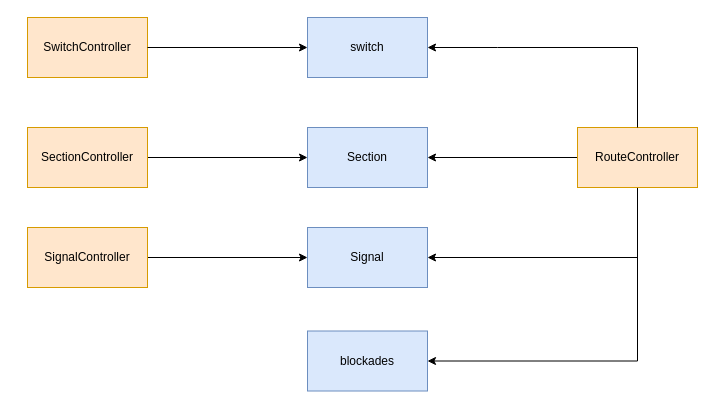
oskarrrrvk/EFD keeps this draw.io diagram as modelado/MapaDeProcesos/EFD.drawio. Above is the earlier version. Source tidied: cells renumbered, new cells numbered last; positions are measured from the earlier drawing's top-left corner, leaving out a move shared by most shapes. Both pictures are drawn from the tidied source at 100%, with x=0, y=0 at pixel (27, 17).
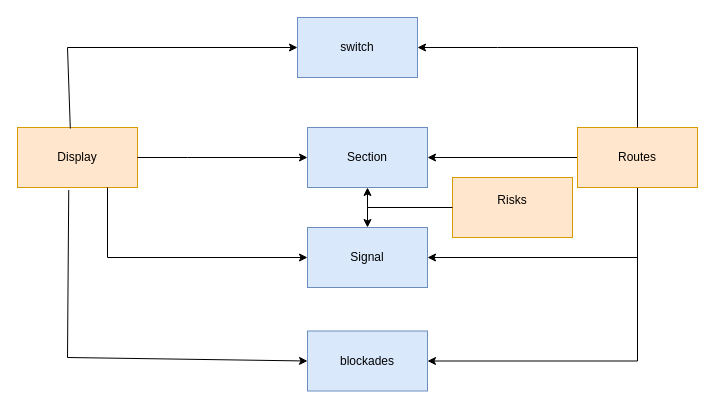
The same page after the edit.

Unchanged cells that the change refers to:
```xml
<mxCell id="3" value="Section" style="rounded=0;whiteSpace=wrap;html=1;fillColor=#dae8fc;strokeColor=#6c8ebf;" parent="1" vertex="1">
  <mxGeometry x="280" y="110" width="120" height="60" as="geometry" />
</mxCell>
<mxCell id="6" value="blockades" style="rounded=0;whiteSpace=wrap;html=1;fillColor=#dae8fc;strokeColor=#6c8ebf;" parent="1" vertex="1">
  <mxGeometry x="280" y="313.5" width="120" height="60" as="geometry" />
</mxCell>
<mxCell id="8" value="Signal" style="rounded=0;whiteSpace=wrap;html=1;fillColor=#dae8fc;strokeColor=#6c8ebf;" parent="1" vertex="1">
  <mxGeometry x="280" y="210" width="120" height="60" as="geometry" />
</mxCell>
```

Change to the diagram source:
```diff
@@
     <mxCell id="2" value="switch" style="rounded=0;whiteSpace=wrap;html=1;fillColor=#dae8fc;strokeColor=#6c8ebf;" parent="1" vertex="1">
-      <mxGeometry x="280" width="120" height="60" as="geometry" />
+      <mxGeometry x="270" width="120" height="60" as="geometry" />
     </mxCell>
@@
-    <mxCell id="4" style="edgeStyle=orthogonalEdgeStyle;rounded=0;jettySize=auto;html=1;exitX=1;exitY=0.5;exitDx=0;exitDy=0;entryX=0;entryY=0.5;entryDx=0;entryDy=0;" parent="1" edge="1" source="5" target="3">
-      <mxGeometry relative="1" as="geometry" />
-    </mxCell>
-    <mxCell id="5" value="SectionController" style="rounded=0;whiteSpace=wrap;html=1;fillColor=#ffe6cc;strokeColor=#d79b00;" parent="1" vertex="1">
-      <mxGeometry y="110" width="120" height="60" as="geometry" />
-    </mxCell>
@@
-    <mxCell id="7" value="SwitchController" style="rounded=0;whiteSpace=wrap;html=1;fillColor=#ffe6cc;strokeColor=#d79b00;" parent="1" vertex="1">
-      <mxGeometry width="120" height="60" as="geometry" />
-    </mxCell>
@@
-    <mxCell id="9" style="edgeStyle=orthogonalEdgeStyle;rounded=0;jettySize=auto;html=1;exitX=1;exitY=0.5;exitDx=0;exitDy=0;entryX=0;entryY=0.5;entryDx=0;entryDy=0;" parent="1" edge="1" source="10" target="8">
-      <mxGeometry relative="1" as="geometry" />
-    </mxCell>
-    <mxCell id="10" value="SignalController" style="rounded=0;whiteSpace=wrap;html=1;fillColor=#ffe6cc;strokeColor=#d79b00;" parent="1" vertex="1">
-      <mxGeometry y="210" width="120" height="60" as="geometry" />
-    </mxCell>
@@
-    <mxCell id="14" value="RouteController" style="rounded=0;whiteSpace=wrap;html=1;fillColor=#ffe6cc;strokeColor=#d79b00;" parent="1" vertex="1">
+    <mxCell id="14" value="Routes" style="rounded=0;whiteSpace=wrap;html=1;fillColor=#ffe6cc;strokeColor=#d79b00;" parent="1" vertex="1">
       <mxGeometry x="550" y="110" width="120" height="60" as="geometry" />
     </mxCell>
-    <mxCell id="15" style="endArrow=classic;html=1;rounded=0;entryX=0;entryY=0.5;entryDx=0;entryDy=0;" parent="1" edge="1" target="2">
-      <mxGeometry relative="1" as="geometry">
-        <mxPoint x="120" y="30" as="sourcePoint" />
-      </mxGeometry>
-    </mxCell>
@@
+    <mxCell id="17" value="Display" style="rounded=0;whiteSpace=wrap;html=1;fillColor=#ffe6cc;strokeColor=#d79b00;" parent="1" vertex="1">
+      <mxGeometry x="-10" y="110" width="120" height="60" as="geometry" />
+    </mxCell>
+    <mxCell id="18" style="endArrow=classic;html=1;rounded=0;entryX=0;entryY=0.5;entryDx=0;entryDy=0;exitX=0.44;exitY=0.017;exitDx=0;exitDy=0;exitPerimeter=0;" parent="1" edge="1" source="17" target="2">
+      <mxGeometry relative="1" as="geometry">
+        <Array as="points">
+          <mxPoint x="40" y="30" />
+        </Array>
+      </mxGeometry>
+    </mxCell>
+    <mxCell id="19" style="endArrow=classic;html=1;rounded=0;entryX=0;entryY=0.5;entryDx=0;entryDy=0;exitX=1;exitY=0.5;exitDx=0;exitDy=0;" parent="1" edge="1" source="17" target="3">
+      <mxGeometry relative="1" as="geometry">
+        <Array as="points">
+          <mxPoint x="160" y="140" />
+        </Array>
+      </mxGeometry>
+    </mxCell>
+    <mxCell id="20" style="endArrow=classic;html=1;rounded=0;entryX=0;entryY=0.5;entryDx=0;entryDy=0;exitX=0.75;exitY=1;exitDx=0;exitDy=0;" parent="1" edge="1" source="17" target="8">
+      <mxGeometry relative="1" as="geometry">
+        <Array as="points">
+          <mxPoint x="80" y="240" />
+        </Array>
+      </mxGeometry>
+    </mxCell>
+    <mxCell id="21" style="endArrow=classic;html=1;rounded=0;exitX=0.427;exitY=1.043;exitDx=0;exitDy=0;exitPerimeter=0;entryX=0;entryY=0.5;entryDx=0;entryDy=0;" parent="1" edge="1" source="17" target="6">
+      <mxGeometry relative="1" as="geometry">
+        <Array as="points">
+          <mxPoint x="40" y="340" />
+        </Array>
+      </mxGeometry>
+    </mxCell>
+    <mxCell id="22" style="edgeStyle=orthogonalEdgeStyle;rounded=0;jettySize=auto;html=1;exitX=0;exitY=0.5;exitDx=0;exitDy=0;entryX=0.5;entryY=0;entryDx=0;entryDy=0;" parent="1" edge="1" source="23" target="8">
+      <mxGeometry relative="1" as="geometry" />
+    </mxCell>
+    <mxCell id="23" value="Risks&lt;div&gt;&lt;br&gt;&lt;/div&gt;" style="rounded=0;whiteSpace=wrap;html=1;fillColor=#ffe6cc;strokeColor=#d79b00;" parent="1" vertex="1">
+      <mxGeometry x="425" y="160" width="120" height="60" as="geometry" />
+    </mxCell>
+    <mxCell id="24" style="endArrow=classic;html=1;rounded=0;entryX=0.5;entryY=1;entryDx=0;entryDy=0;" parent="1" edge="1" target="3">
+      <mxGeometry relative="1" as="geometry">
+        <mxPoint x="425" y="190" as="sourcePoint" />
+        <Array as="points">
+          <mxPoint x="340" y="190" />
+        </Array>
+      </mxGeometry>
+    </mxCell>
```
